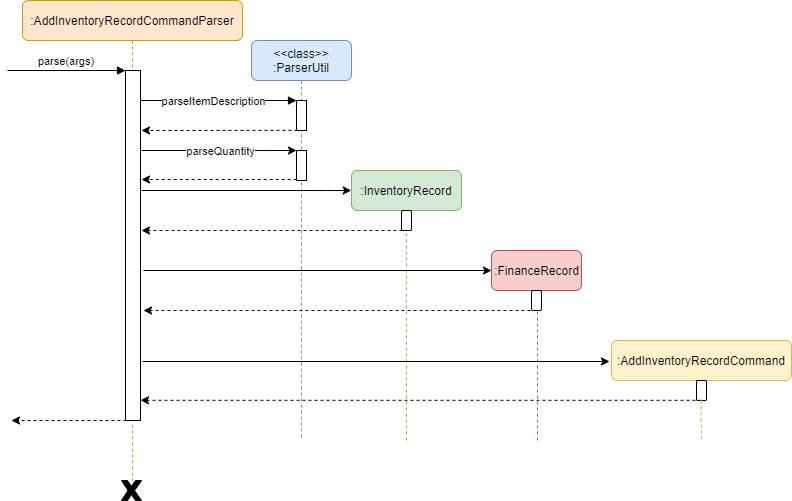
nus-cs2103-AY2021S1/tp keeps this draw.io diagram as docs/images/AddInventoryRecordSequenceDiagram.png. Above is the earlier version. Source tidied: cells renumbered, new cells last; positions are measured from the earlier drawing's top-left corner, leaving out a move shared by most shapes.
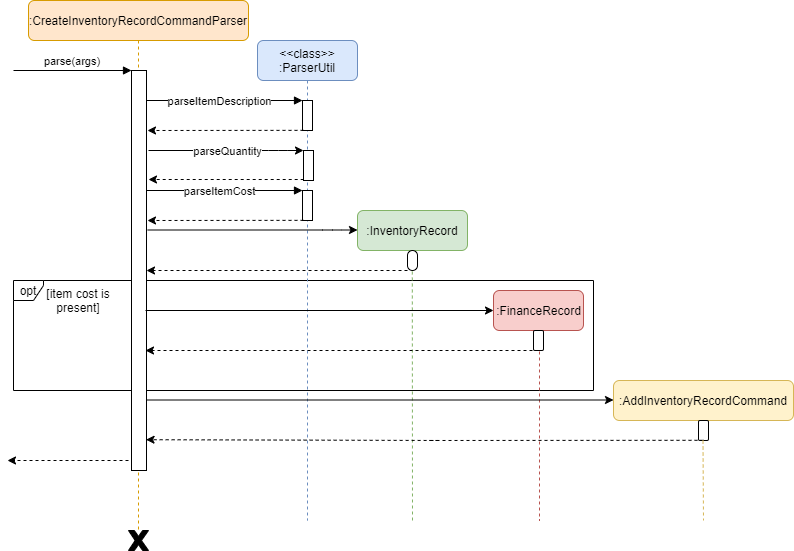
Above is the later version.

Change to the diagram source:
```diff
@@ -1,144 +1,176 @@
-<mxGraphModel background="#ffffff">
+<mxGraphModel>
   <root>
     <mxCell id="0" />
     <mxCell id="1" parent="0" />
-    <mxCell id="2" value=":AddInventoryRecordCommandParser" style="shape=umlLifeline;perimeter=lifelinePerimeter;rounded=1;shadow=0;strokeWidth=1;fillColor=#ffe6cc;strokeColor=#d79b00;" parent="1" vertex="1">
-      <mxGeometry x="15" width="220" height="480" as="geometry" />
-    </mxCell>
-    <mxCell id="3" style="points=[];perimeter=orthogonalPerimeter;rounded=0;shadow=0;strokeWidth=1;" parent="2" vertex="1">
-      <mxGeometry x="103" y="70" width="15" height="350" as="geometry" />
-    </mxCell>
+    <mxCell id="32" value="opt" style="shape=umlFrame;whiteSpace=wrap;html=1;rounded=1;strokeColor=#000000;gradientColor=none;width=30;height=20;" parent="1" vertex="1">
+      <mxGeometry x="84" y="290" width="580" height="110" as="geometry" />
+    </mxCell>
+    <mxCell id="33" value=":CreateInventoryRecordCommandParser" style="shape=umlLifeline;perimeter=lifelinePerimeter;rounded=1;shadow=0;strokeWidth=1;fillColor=#ffe6cc;strokeColor=#d79b00;" parent="1" vertex="1">
+      <mxGeometry x="99" y="10" width="220" height="530" as="geometry" />
+    </mxCell>
+    <mxCell id="34" style="points=[];perimeter=orthogonalPerimeter;rounded=0;shadow=0;strokeWidth=1;" parent="33" vertex="1">
+      <mxGeometry x="103" y="70" width="15" height="400" as="geometry" />
+    </mxCell>
-    <mxCell id="4" value="parse(args)" style="verticalAlign=bottom;startArrow=none;endArrow=block;startSize=8;shadow=0;strokeWidth=1;startFill=0;" parent="2" edge="1" target="3">
+    <mxCell id="4" value="parse(args)" style="verticalAlign=bottom;startArrow=none;endArrow=block;startSize=8;shadow=0;strokeWidth=1;startFill=0;" parent="33" edge="1" target="34">
       <mxGeometry relative="1" as="geometry">
         <mxPoint x="-15" y="70" as="sourcePoint" />
       </mxGeometry>
     </mxCell>
     <mxCell id="5" value="&lt;&lt;class&gt;&gt;&#10;:ParserUtil" style="shape=umlLifeline;perimeter=lifelinePerimeter;rounded=1;shadow=0;strokeWidth=1;size=40;fillColor=#dae8fc;strokeColor=#6c8ebf;" parent="1" vertex="1">
-      <mxGeometry x="244" y="40" width="100" height="400" as="geometry" />
+      <mxGeometry x="328" y="50" width="100" height="480" as="geometry" />
     </mxCell>
     <mxCell id="6" style="points=[];perimeter=orthogonalPerimeter;rounded=0;shadow=0;strokeWidth=1;" parent="5" vertex="1">
       <mxGeometry x="45" y="60" width="10" height="30" as="geometry" />
     </mxCell>
-    <mxCell id="7" style="points=[];perimeter=orthogonalPerimeter;rounded=0;shadow=0;strokeWidth=1;" parent="5" vertex="1">
-      <mxGeometry x="45" y="110" width="10" height="30" as="geometry" />
-    </mxCell>
-    <mxCell id="8" style="verticalAlign=bottom;endArrow=block;shadow=0;strokeWidth=1;" parent="1" edge="1" source="3" target="6">
-      <mxGeometry relative="1" as="geometry">
-        <Array as="points">
-          <mxPoint x="224" y="100" />
-        </Array>
-      </mxGeometry>
-    </mxCell>
+    <mxCell id="35" style="points=[];perimeter=orthogonalPerimeter;rounded=0;shadow=0;strokeWidth=1;" parent="5" vertex="1">
+      <mxGeometry x="46" y="110" width="10" height="30" as="geometry" />
+    </mxCell>
+    <mxCell id="36" style="points=[];perimeter=orthogonalPerimeter;rounded=0;shadow=0;strokeWidth=1;" parent="5" vertex="1">
+      <mxGeometry x="45" y="150" width="10" height="30" as="geometry" />
+    </mxCell>
+    <mxCell id="37" style="verticalAlign=bottom;endArrow=block;shadow=0;strokeWidth=1;" parent="5" edge="1" target="36">
+      <mxGeometry relative="1" as="geometry">
+        <mxPoint x="-111" y="150" as="sourcePoint" />
+        <Array as="points">
+          <mxPoint x="-20" y="150" />
+        </Array>
+      </mxGeometry>
+    </mxCell>
+    <mxCell id="38" value="parseItemCost" style="edgeLabel;html=1;align=center;verticalAlign=middle;" parent="37" vertex="1">
+      <mxGeometry x="0.16" y="-19" relative="1" as="geometry">
+        <mxPoint x="-19" y="-19" as="offset" />
+      </mxGeometry>
+    </mxCell>
+    <mxCell id="39" style="endArrow=classic;html=1;dashed=1;exitX=0.1;exitY=0.995;exitDx=0;exitDy=0;exitPerimeter=0;" parent="5" edge="1" source="36">
+      <mxGeometry relative="1" as="geometry">
+        <mxPoint x="-110" y="180" as="targetPoint" />
+      </mxGeometry>
+    </mxCell>
+    <mxCell id="40" style="verticalAlign=bottom;endArrow=block;shadow=0;strokeWidth=1;" parent="1" edge="1" source="34" target="6">
+      <mxGeometry relative="1" as="geometry">
+        <Array as="points">
+          <mxPoint x="308" y="110" />
+        </Array>
+      </mxGeometry>
+    </mxCell>
-    <mxCell id="9" value="parseItemDescription" style="edgeLabel;html=1;align=center;verticalAlign=middle;" parent="8" vertex="1">
+    <mxCell id="9" value="parseItemDescription" style="edgeLabel;html=1;align=center;verticalAlign=middle;" parent="40" vertex="1">
       <mxGeometry x="0.16" y="-19" relative="1" as="geometry">
         <mxPoint x="-19" y="-19" as="offset" />
       </mxGeometry>
     </mxCell>
-    <mxCell id="10" style="endArrow=classic;html=1;dashed=1;exitX=0.1;exitY=0.995;exitDx=0;exitDy=0;exitPerimeter=0;" parent="1" edge="1" source="6">
-      <mxGeometry relative="1" as="geometry">
-        <mxPoint x="134" y="130" as="targetPoint" />
-      </mxGeometry>
-    </mxCell>
-    <mxCell id="11" style="endArrow=classic;html=1;" parent="1" edge="1" target="7">
-      <mxGeometry relative="1" as="geometry">
-        <mxPoint x="134" y="150" as="sourcePoint" />
-        <Array as="points">
-          <mxPoint x="264" y="150" />
-        </Array>
-      </mxGeometry>
-    </mxCell>
+    <mxCell id="41" style="endArrow=classic;html=1;dashed=1;exitX=0.1;exitY=0.995;exitDx=0;exitDy=0;exitPerimeter=0;" parent="1" edge="1" source="6">
+      <mxGeometry relative="1" as="geometry">
+        <mxPoint x="218" y="140" as="targetPoint" />
+      </mxGeometry>
+    </mxCell>
+    <mxCell id="42" style="endArrow=classic;html=1;" parent="1" edge="1" target="35">
+      <mxGeometry relative="1" as="geometry">
+        <mxPoint x="219" y="160" as="sourcePoint" />
+        <Array as="points">
+          <mxPoint x="349" y="160" />
+        </Array>
+      </mxGeometry>
+    </mxCell>
-    <mxCell id="12" value="parseQuantity" style="edgeLabel;html=1;align=center;verticalAlign=middle;" parent="11" vertex="1">
+    <mxCell id="12" value="parseQuantity" style="edgeLabel;html=1;align=center;verticalAlign=middle;" parent="42" vertex="1">
       <mxGeometry x="0.68" y="-52" relative="1" as="geometry">
         <mxPoint x="-52" y="-52" as="offset" />
       </mxGeometry>
     </mxCell>
-    <mxCell id="13" style="endArrow=classic;html=1;exitX=0.02;exitY=0.967;exitDx=0;exitDy=0;exitPerimeter=0;dashed=1;" parent="1" edge="1" source="7">
-      <mxGeometry relative="1" as="geometry">
-        <mxPoint x="134" y="179" as="targetPoint" />
-      </mxGeometry>
-    </mxCell>
+    <mxCell id="43" style="endArrow=classic;html=1;exitX=0.02;exitY=0.967;exitDx=0;exitDy=0;exitPerimeter=0;dashed=1;" parent="1" edge="1" source="35">
+      <mxGeometry relative="1" as="geometry">
+        <mxPoint x="219" y="189" as="targetPoint" />
+      </mxGeometry>
+    </mxCell>
     <mxCell id="14" value=":InventoryRecord" style="rounded=1;whiteSpace=wrap;html=1;strokeColor=#82b366;fillColor=#d5e8d4;" parent="1" vertex="1">
-      <mxGeometry x="344" y="170" width="110" height="40" as="geometry" />
+      <mxGeometry x="428" y="220" width="110" height="40" as="geometry" />
     </mxCell>
-    <mxCell id="15" style="html=1;points=[];perimeter=orthogonalPerimeter;rounded=1;strokeColor=#000000;gradientColor=none;" parent="1" vertex="1">
-      <mxGeometry x="394" y="210" width="10" height="20" as="geometry" />
-    </mxCell>
-    <mxCell id="16" style="endArrow=classic;html=1;" parent="1" edge="1">
-      <mxGeometry relative="1" as="geometry">
-        <mxPoint x="134" y="190" as="sourcePoint" />
-        <mxPoint x="343.8" y="190" as="targetPoint" />
-        <Array as="points">
-          <mxPoint x="318.8" y="190" />
-        </Array>
-      </mxGeometry>
-    </mxCell>
-    <mxCell id="17" style="endArrow=classic;html=1;dashed=1;" parent="1" edge="1">
-      <mxGeometry relative="1" as="geometry">
-        <mxPoint x="395" y="230" as="sourcePoint" />
-        <mxPoint x="134" y="230" as="targetPoint" />
-      </mxGeometry>
-    </mxCell>
-    <mxCell id="18" style="endArrow=none;dashed=1;html=1;strokeColor=#82b366;entryX=0.48;entryY=1.01;entryDx=0;entryDy=0;entryPerimeter=0;fillColor=#d5e8d4;" parent="1" edge="1" target="15">
-      <mxGeometry relative="1" as="geometry">
-        <mxPoint x="399" y="440" as="sourcePoint" />
-      </mxGeometry>
-    </mxCell>
+    <mxCell id="44" style="html=1;points=[];perimeter=orthogonalPerimeter;rounded=1;strokeColor=#000000;gradientColor=none;arcSize=50;" parent="1" vertex="1">
+      <mxGeometry x="478" y="260" width="10" height="20" as="geometry" />
+    </mxCell>
+    <mxCell id="45" style="endArrow=classic;html=1;" parent="1" edge="1">
+      <mxGeometry relative="1" as="geometry">
+        <mxPoint x="218.2" y="239.5" as="sourcePoint" />
+        <mxPoint x="428" y="239.5" as="targetPoint" />
+        <Array as="points">
+          <mxPoint x="403" y="239.5" />
+        </Array>
+      </mxGeometry>
+    </mxCell>
+    <mxCell id="46" style="endArrow=classic;html=1;dashed=1;" parent="1" edge="1">
+      <mxGeometry relative="1" as="geometry">
+        <mxPoint x="478" y="280" as="sourcePoint" />
+        <mxPoint x="217" y="280" as="targetPoint" />
+      </mxGeometry>
+    </mxCell>
+    <mxCell id="47" style="endArrow=none;dashed=1;html=1;strokeColor=#82b366;entryX=0.48;entryY=1.01;entryDx=0;entryDy=0;entryPerimeter=0;fillColor=#d5e8d4;" parent="1" edge="1" target="44">
+      <mxGeometry relative="1" as="geometry">
+        <mxPoint x="483" y="530" as="sourcePoint" />
+      </mxGeometry>
+    </mxCell>
     <mxCell id="19" value=":FinanceRecord" style="html=1;rounded=1;strokeColor=#b85450;fillColor=#f8cecc;" parent="1" vertex="1">
-      <mxGeometry x="484" y="250" width="90" height="40" as="geometry" />
+      <mxGeometry x="564" y="300" width="90" height="40" as="geometry" />
     </mxCell>
-    <mxCell id="20" style="endArrow=classic;html=1;strokeColor=#000000;entryX=0;entryY=0.5;entryDx=0;entryDy=0;" parent="1" edge="1" target="19">
-      <mxGeometry relative="1" as="geometry">
-        <mxPoint x="136" y="270" as="sourcePoint" />
-      </mxGeometry>
-    </mxCell>
-    <mxCell id="21" style="endArrow=classic;html=1;strokeColor=#000000;dashed=1;" parent="1" edge="1">
-      <mxGeometry relative="1" as="geometry">
-        <mxPoint x="529" y="310" as="sourcePoint" />
-        <mxPoint x="136" y="310" as="targetPoint" />
-      </mxGeometry>
-    </mxCell>
-    <mxCell id="22" style="html=1;points=[];perimeter=orthogonalPerimeter;rounded=1;strokeColor=#000000;gradientColor=none;" parent="1" vertex="1">
-      <mxGeometry x="524" y="290" width="10" height="20" as="geometry" />
-    </mxCell>
-    <mxCell id="23" style="endArrow=classic;html=1;strokeColor=#000000;dashed=1;" parent="1" edge="1" target="22">
-      <mxGeometry relative="1" as="geometry">
-        <mxPoint x="534" y="300" as="sourcePoint" />
-      </mxGeometry>
-    </mxCell>
-    <mxCell id="24" style="endArrow=none;dashed=1;html=1;strokeColor=#b85450;exitX=0.6;exitY=1.05;exitDx=0;exitDy=0;exitPerimeter=0;fillColor=#f8cecc;" parent="1" edge="1" source="22">
-      <mxGeometry relative="1" as="geometry">
-        <mxPoint x="530" y="440" as="targetPoint" />
-      </mxGeometry>
-    </mxCell>
+    <mxCell id="48" style="endArrow=classic;html=1;strokeColor=#000000;entryX=0;entryY=0.5;entryDx=0;entryDy=0;" parent="1" edge="1" target="19">
+      <mxGeometry relative="1" as="geometry">
+        <mxPoint x="216" y="320" as="sourcePoint" />
+      </mxGeometry>
+    </mxCell>
+    <mxCell id="49" style="endArrow=classic;html=1;strokeColor=#000000;dashed=1;" parent="1" edge="1">
+      <mxGeometry relative="1" as="geometry">
+        <mxPoint x="609" y="360" as="sourcePoint" />
+        <mxPoint x="216" y="360" as="targetPoint" />
+      </mxGeometry>
+    </mxCell>
+    <mxCell id="50" style="html=1;points=[];perimeter=orthogonalPerimeter;rounded=1;strokeColor=#000000;gradientColor=none;" parent="1" vertex="1">
+      <mxGeometry x="604" y="340" width="10" height="20" as="geometry" />
+    </mxCell>
+    <mxCell id="51" style="endArrow=classic;html=1;strokeColor=#000000;dashed=1;" parent="1" edge="1" target="50">
+      <mxGeometry relative="1" as="geometry">
+        <mxPoint x="614" y="350" as="sourcePoint" />
+      </mxGeometry>
+    </mxCell>
+    <mxCell id="52" value="[item cost is present]" style="text;html=1;strokeColor=none;fillColor=none;align=center;verticalAlign=middle;whiteSpace=wrap;rounded=0;" parent="1" vertex="1">
+      <mxGeometry x="114" y="300" width="70" height="20" as="geometry" />
+    </mxCell>
+    <mxCell id="53" style="endArrow=none;dashed=1;html=1;strokeColor=#b85450;exitX=0.6;exitY=1.05;exitDx=0;exitDy=0;exitPerimeter=0;fillColor=#f8cecc;" parent="1" edge="1" source="50">
+      <mxGeometry relative="1" as="geometry">
+        <mxPoint x="610" y="530" as="targetPoint" />
+      </mxGeometry>
+    </mxCell>
     <mxCell id="25" value=":AddInventoryRecordCommand" style="rounded=1;whiteSpace=wrap;html=1;strokeColor=#d6b656;fillColor=#fff2cc;" parent="1" vertex="1">
-      <mxGeometry x="604" y="340" width="180" height="40" as="geometry" />
+      <mxGeometry x="684" y="390" width="180" height="40" as="geometry" />
     </mxCell>
-    <mxCell id="26" style="html=1;points=[];perimeter=orthogonalPerimeter;rounded=1;strokeColor=#000000;gradientColor=none;" parent="1" vertex="1">
-      <mxGeometry x="689" y="380" width="10" height="20" as="geometry" />
-    </mxCell>
-    <mxCell id="27" style="endArrow=classic;html=1;dashed=1;strokeColor=#000000;exitX=0.5;exitY=0.99;exitDx=0;exitDy=0;exitPerimeter=0;" parent="1" edge="1" source="26" target="3">
-      <mxGeometry relative="1" as="geometry" />
-    </mxCell>
-    <mxCell id="28" style="endArrow=classic;html=1;strokeColor=#000000;" parent="1" edge="1">
-      <mxGeometry relative="1" as="geometry">
-        <mxPoint x="135" y="361" as="sourcePoint" />
-        <mxPoint x="602" y="361" as="targetPoint" />
-      </mxGeometry>
-    </mxCell>
-    <mxCell id="29" style="verticalLabelPosition=bottom;verticalAlign=top;html=1;shape=mxgraph.basic.x;rounded=1;strokeColor=#000000;gradientColor=none;fillColor=#000000;" parent="1" vertex="1">
-      <mxGeometry x="114" y="480" width="20" height="20" as="geometry" />
-    </mxCell>
-    <mxCell id="30" style="endArrow=classic;html=1;dashed=1;" parent="1" edge="1">
-      <mxGeometry relative="1" as="geometry">
-        <mxPoint x="125" y="420" as="sourcePoint" />
-        <mxPoint x="4" y="420" as="targetPoint" />
-      </mxGeometry>
-    </mxCell>
-    <mxCell id="31" style="endArrow=none;dashed=1;html=1;strokeColor=#d6b656;exitX=0.6;exitY=1.05;exitDx=0;exitDy=0;exitPerimeter=0;fillColor=#fff2cc;" parent="1" edge="1">
-      <mxGeometry relative="1" as="geometry">
-        <mxPoint x="693.5" y="400" as="sourcePoint" />
-        <mxPoint x="694" y="440" as="targetPoint" />
-      </mxGeometry>
-    </mxCell>
+    <mxCell id="54" style="html=1;points=[];perimeter=orthogonalPerimeter;rounded=1;strokeColor=#000000;gradientColor=none;" parent="1" vertex="1">
+      <mxGeometry x="769" y="430" width="10" height="20" as="geometry" />
+    </mxCell>
+    <mxCell id="55" style="endArrow=classic;html=1;dashed=1;strokeColor=#000000;exitX=0.5;exitY=0.99;exitDx=0;exitDy=0;exitPerimeter=0;entryX=0.97;entryY=0.923;entryDx=0;entryDy=0;entryPerimeter=0;" parent="1" edge="1" source="54" target="34">
+      <mxGeometry relative="1" as="geometry">
+        <Array as="points">
+          <mxPoint x="494" y="450" />
+          <mxPoint x="514" y="450" />
+        </Array>
+      </mxGeometry>
+    </mxCell>
+    <mxCell id="56" style="endArrow=classic;html=1;strokeColor=#000000;" parent="1" edge="1">
+      <mxGeometry relative="1" as="geometry">
+        <mxPoint x="217" y="409.5" as="sourcePoint" />
+        <mxPoint x="684" y="409.5" as="targetPoint" />
+      </mxGeometry>
+    </mxCell>
+    <mxCell id="57" style="verticalLabelPosition=bottom;verticalAlign=top;html=1;shape=mxgraph.basic.x;rounded=1;strokeColor=#000000;gradientColor=none;fillColor=#000000;" parent="1" vertex="1">
+      <mxGeometry x="199" y="540" width="20" height="20" as="geometry" />
+    </mxCell>
+    <mxCell id="58" style="endArrow=classic;html=1;dashed=1;" parent="1" edge="1">
+      <mxGeometry relative="1" as="geometry">
+        <mxPoint x="199" y="470" as="sourcePoint" />
+        <mxPoint x="78" y="470" as="targetPoint" />
+      </mxGeometry>
+    </mxCell>
+    <mxCell id="59" style="endArrow=none;dashed=1;html=1;strokeColor=#d6b656;exitX=0.6;exitY=1.05;exitDx=0;exitDy=0;exitPerimeter=0;fillColor=#fff2cc;" parent="1" edge="1">
+      <mxGeometry relative="1" as="geometry">
+        <mxPoint x="773.5" y="450" as="sourcePoint" />
+        <mxPoint x="774" y="530" as="targetPoint" />
+      </mxGeometry>
+    </mxCell>
   </root>
 </mxGraphModel>
```
